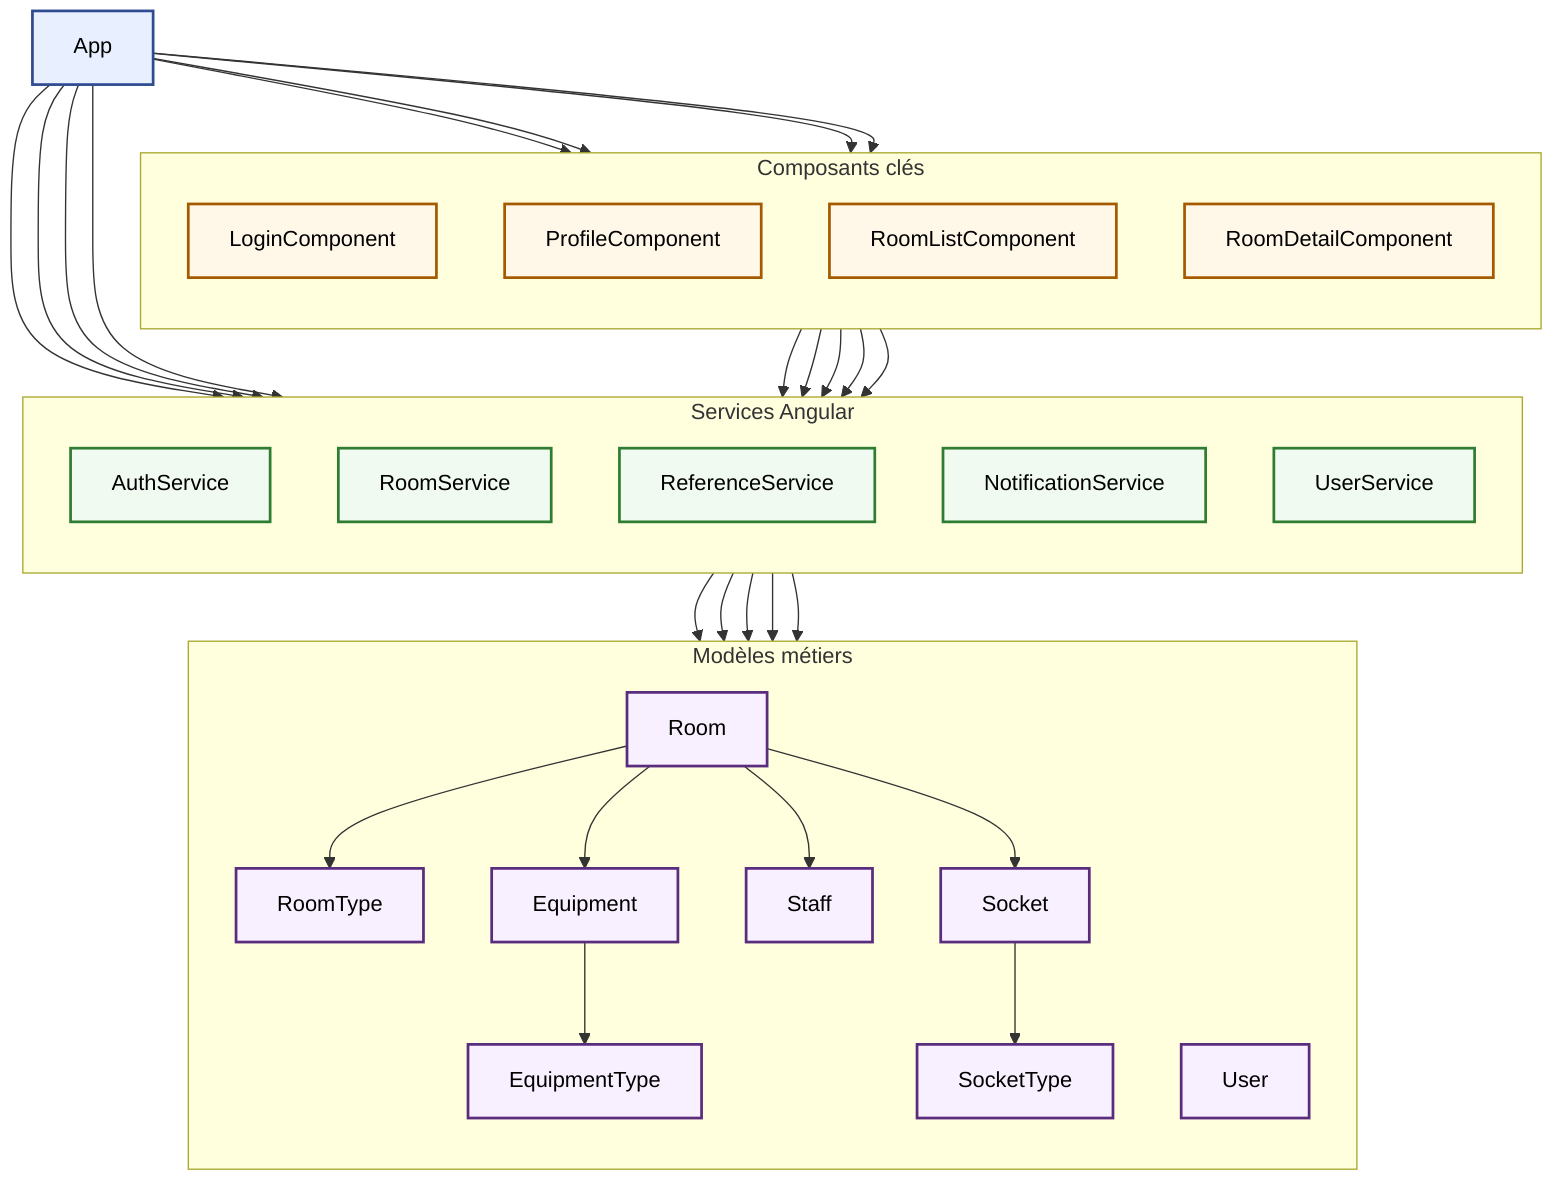
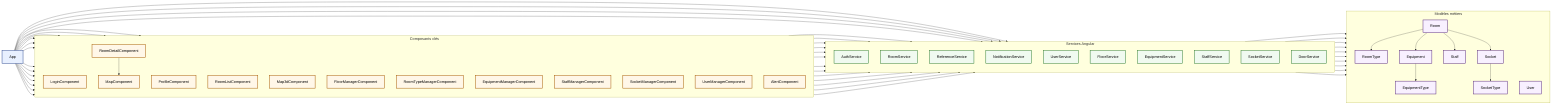
- flowchart TB
+ flowchart LR
  classDef app fill:#e8f0ff,stroke:#2f4b91,stroke-width:2px,color:#000
  classDef service fill:#f0faf0,stroke:#2f7d32,stroke-width:2px,color:#000
  classDef component fill:#fff7e8,stroke:#a65a00,stroke-width:2px,color:#000
  classDef model fill:#f8f0ff,stroke:#5a2c7d,stroke-width:2px,color:#000

  App[App]:::app

  subgraph Composants[Composants clés]
    direction TB
    LoginComponent[LoginComponent]:::component
    ProfileComponent[ProfileComponent]:::component
    RoomListComponent[RoomListComponent]:::component
    RoomDetailComponent[RoomDetailComponent]:::component
+     MapComponent[MapComponent]:::component
+     Map3dComponent[Map3dComponent]:::component
+     FloorManagerComponent[FloorManagerComponent]:::component
+     RoomTypeManagerComponent[RoomTypeManagerComponent]:::component
+     EquipmentManagerComponent[EquipmentManagerComponent]:::component
+     StaffManagerComponent[StaffManagerComponent]:::component
+     SocketManagerComponent[SocketManagerComponent]:::component
+     UserManagerComponent[UserManagerComponent]:::component
+     AlertComponent[AlertComponent]:::component
  end

  subgraph Services[Services Angular]
    direction TB
    AuthService[AuthService]:::service
    RoomService[RoomService]:::service
    ReferenceService[ReferenceService]:::service
    NotificationService[NotificationService]:::service
    UserService[UserService]:::service
+     FloorService[FloorService]:::service
+     EquipmentService[EquipmentService]:::service
+     StaffService[StaffService]:::service
+     SocketService[SocketService]:::service
+     DoorService[DoorService]:::service
  end

  subgraph Modeles[Modèles métiers]
    direction TB
    Room[Room]:::model
    User[User]:::model
    Equipment[Equipment]:::model
    Staff[Staff]:::model
    RoomType[RoomType]:::model
    EquipmentType[EquipmentType]:::model
    Socket[Socket]:::model
    SocketType[SocketType]:::model
  end

  App --> LoginComponent
  App --> ProfileComponent
  App --> RoomListComponent
  App --> RoomDetailComponent
+   App --> MapComponent
+   App --> Map3dComponent
+   App --> FloorManagerComponent
+   App --> RoomTypeManagerComponent
+   App --> EquipmentManagerComponent
+   App --> StaffManagerComponent
+   App --> SocketManagerComponent
+   App --> UserManagerComponent
+   App --> AlertComponent
  App --> AuthService
  App --> RoomService
  App --> UserService
  App --> NotificationService

  LoginComponent --> AuthService
  ProfileComponent --> AuthService
  RoomListComponent --> RoomService
  RoomDetailComponent --> RoomService
  RoomDetailComponent --> ReferenceService
+   RoomDetailComponent --> MapComponent
+   MapComponent --> RoomService
+   Map3dComponent --> RoomService
+   FloorManagerComponent --> FloorService
+   RoomTypeManagerComponent --> ReferenceService
+   EquipmentManagerComponent --> EquipmentService
+   StaffManagerComponent --> StaffService
+   SocketManagerComponent --> SocketService
+   UserManagerComponent --> UserService

  AuthService --> User
  RoomService --> Room
  Room --> RoomType
  Room --> Equipment
  Room --> Staff
  Room --> Socket
+   FloorService --> Room
+   EquipmentService --> Equipment
+   StaffService --> Staff
+   SocketService --> Socket
+   DoorService --> Room
  Equipment --> EquipmentType
  Socket --> SocketType
  ReferenceService --> RoomType
  ReferenceService --> EquipmentType
  ReferenceService --> SocketType
